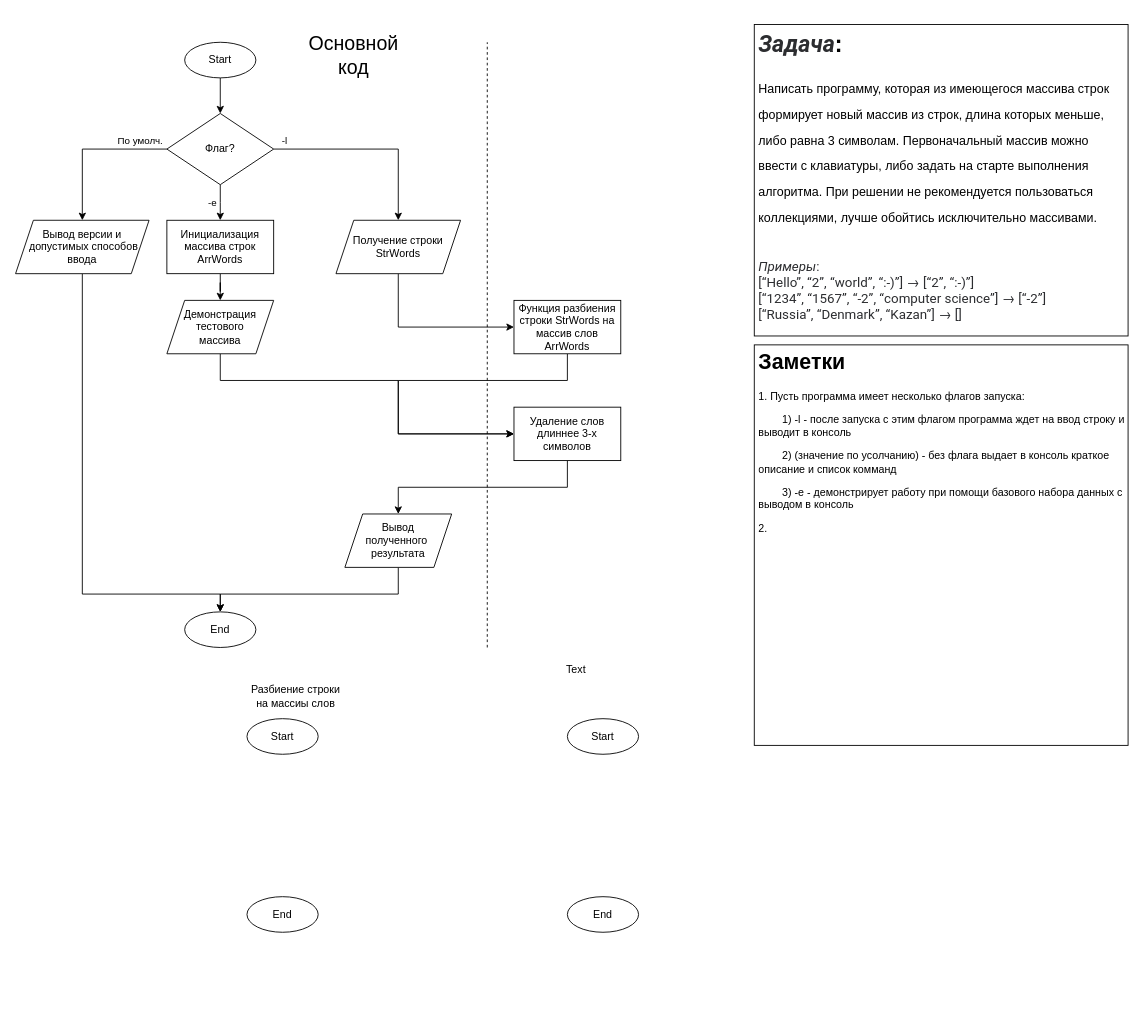
Before: Sifter/DiagProg.drawio in AlNaksha/ArrSifter, a draw.io diagram. Source tidied: cells renumbered, new cells numbered last; positions are measured from the earlier drawing's top-left corner, leaving out a move shared by most shapes. Both pictures are drawn from the tidied source at 89%, with x=0, y=0 at pixel (15, 24).
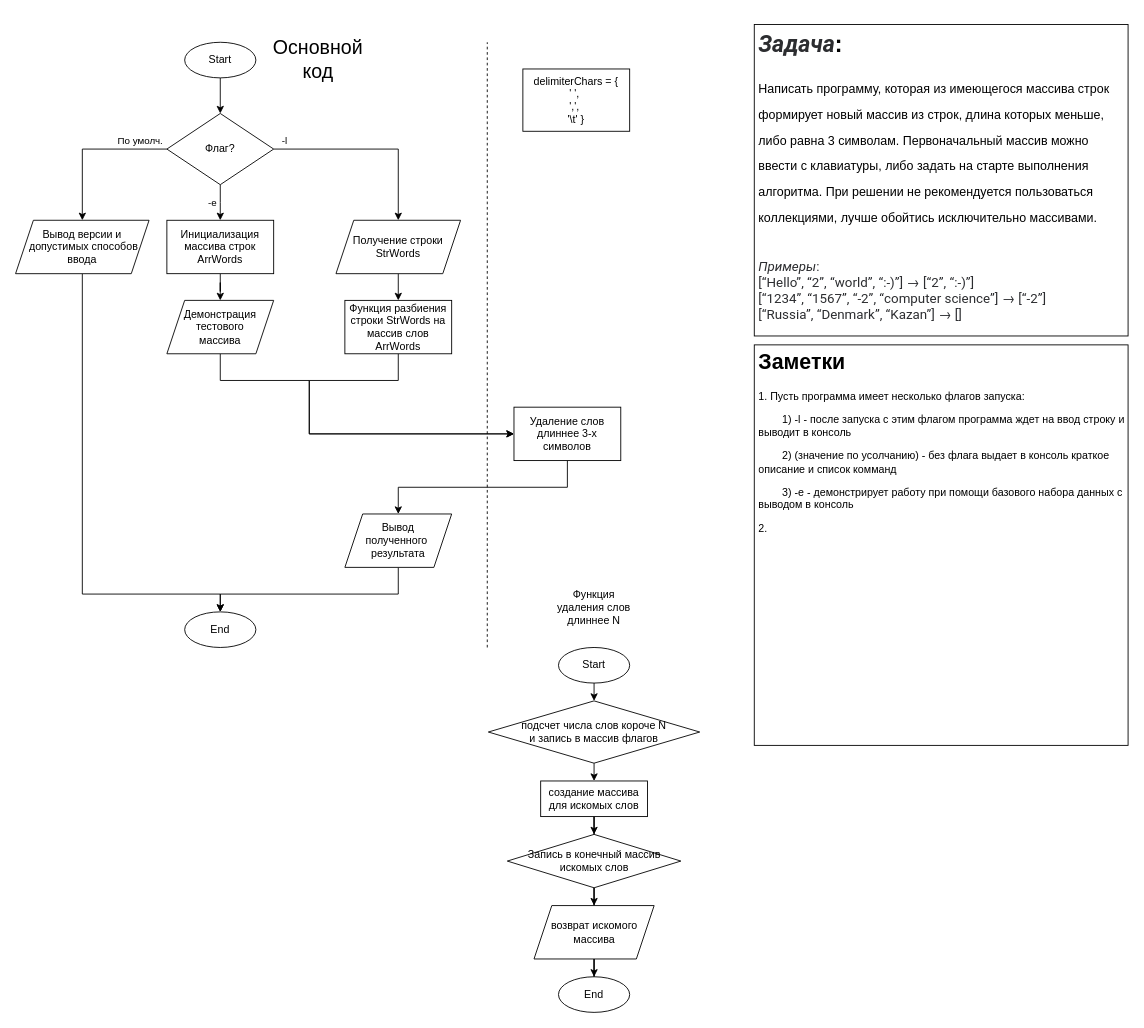
After the change.

Commit message:
Diagramm 0.1.2: update algorithm some functions

The change refers to these unchanged cells:
```xml
<mxCell id="23" value="Удаление слов длиннее 3-х символов" style="rounded=0;whiteSpace=wrap;html=1;" parent="1" vertex="1">
  <mxGeometry x="560" y="430" width="120" height="60" as="geometry" />
</mxCell>
<mxCell id="26" value="Демонстрация тестового&lt;br&gt;массива" style="shape=parallelogram;perimeter=parallelogramPerimeter;whiteSpace=wrap;html=1;fixedSize=1;" parent="1" vertex="1">
  <mxGeometry x="170" y="310" width="120" height="60" as="geometry" />
</mxCell>
```

Change to the diagram source:
```diff
@@
     <mxCell id="20" style="edgeStyle=orthogonalEdgeStyle;rounded=0;jettySize=auto;html=1;" parent="1" edge="1" source="21" target="23">
       <mxGeometry relative="1" as="geometry">
         <Array as="points">
-          <mxPoint x="620" y="400" />
           <mxPoint x="430" y="400" />
-          <mxPoint x="430" y="460" />
+          <mxPoint x="330" y="400" />
+          <mxPoint x="330" y="460" />
         </Array>
       </mxGeometry>
     </mxCell>
     <mxCell id="21" value="Функция разбиения&lt;br&gt;строки StrWords на массив слов ArrWords" style="rounded=0;whiteSpace=wrap;html=1;" parent="1" vertex="1">
-      <mxGeometry x="560" y="310" width="120" height="60" as="geometry" />
+      <mxGeometry x="370" y="310" width="120" height="60" as="geometry" />
     </mxCell>
@@
     <mxCell id="25" style="edgeStyle=orthogonalEdgeStyle;rounded=0;jettySize=auto;html=1;" parent="1" edge="1" source="26" target="23">
       <mxGeometry relative="1" as="geometry">
         <Array as="points">
           <mxPoint x="230" y="400" />
-          <mxPoint x="430" y="400" />
-          <mxPoint x="430" y="460" />
+          <mxPoint x="330" y="400" />
+          <mxPoint x="330" y="460" />
         </Array>
       </mxGeometry>
     </mxCell>
@@
     <mxCell id="29" value="&lt;font style=&quot;font-size: 22px;&quot;&gt;Основной код&lt;/font&gt;" style="text;html=1;strokeColor=none;fillColor=none;align=center;verticalAlign=middle;whiteSpace=wrap;rounded=0;" parent="1" vertex="1">
-      <mxGeometry x="330" width="100" height="70" as="geometry" />
+      <mxGeometry x="290" y="5" width="100" height="70" as="geometry" />
     </mxCell>
-    <mxCell id="30" value="Разбиение строки на массиы слов" style="text;html=1;strokeColor=none;fillColor=none;align=center;verticalAlign=middle;whiteSpace=wrap;rounded=0;" parent="1" vertex="1">
-      <mxGeometry x="260" y="740" width="110" height="30" as="geometry" />
-    </mxCell>
-    <mxCell id="31" value="Start" style="ellipse;whiteSpace=wrap;html=1;" parent="1" vertex="1">
-      <mxGeometry x="260" y="780" width="80" height="40" as="geometry" />
-    </mxCell>
-    <mxCell id="32" value="End" style="ellipse;whiteSpace=wrap;html=1;" parent="1" vertex="1">
-      <mxGeometry x="260" y="980" width="80" height="40" as="geometry" />
-    </mxCell>
+    <mxCell id="36" style="edgeStyle=orthogonalEdgeStyle;rounded=0;jettySize=auto;html=1;" parent="1" edge="1" source="33" target="39">
+      <mxGeometry relative="1" as="geometry" />
+    </mxCell>
     <mxCell id="33" value="Start" style="ellipse;whiteSpace=wrap;html=1;" parent="1" vertex="1">
-      <mxGeometry x="620" y="780" width="80" height="40" as="geometry" />
+      <mxGeometry x="610" y="700" width="80" height="40" as="geometry" />
     </mxCell>
     <mxCell id="34" value="End" style="ellipse;whiteSpace=wrap;html=1;" parent="1" vertex="1">
-      <mxGeometry x="620" y="980" width="80" height="40" as="geometry" />
+      <mxGeometry x="610" y="1070" width="80" height="40" as="geometry" />
     </mxCell>
-    <mxCell id="35" value="Text" style="text;html=1;strokeColor=none;fillColor=none;align=center;verticalAlign=middle;whiteSpace=wrap;rounded=0;" parent="1" vertex="1">
-      <mxGeometry x="600" y="710" width="60" height="30" as="geometry" />
+    <mxCell id="35" value="Функция удаления слов длиннее N" style="text;html=1;strokeColor=none;fillColor=none;align=center;verticalAlign=middle;whiteSpace=wrap;rounded=0;" parent="1" vertex="1">
+      <mxGeometry x="600" y="630" width="100" height="50" as="geometry" />
     </mxCell>
+    <mxCell id="37" value="delimiterChars = {&lt;br&gt;' ',&amp;nbsp;&lt;br&gt;',',&amp;nbsp;&lt;br&gt;'\t' }" style="rounded=0;whiteSpace=wrap;html=1;" parent="1" vertex="1">
+      <mxGeometry x="570" y="50" width="120" height="70" as="geometry" />
+    </mxCell>
+    <mxCell id="38" style="edgeStyle=orthogonalEdgeStyle;rounded=0;jettySize=auto;html=1;" parent="1" edge="1" source="39" target="41">
+      <mxGeometry relative="1" as="geometry" />
+    </mxCell>
+    <mxCell id="39" value="подсчет числа слов короче N&lt;br&gt;и запись в массив флагов" style="rhombus;whiteSpace=wrap;html=1;" parent="1" vertex="1">
+      <mxGeometry x="531.2" y="760" width="237.5" height="70" as="geometry" />
+    </mxCell>
+    <mxCell id="40" style="edgeStyle=orthogonalEdgeStyle;rounded=0;jettySize=auto;html=1;" parent="1" edge="1" source="41" target="43">
+      <mxGeometry relative="1" as="geometry" />
+    </mxCell>
+    <mxCell id="41" value="создание массива для искомых слов" style="rounded=0;whiteSpace=wrap;html=1;" parent="1" vertex="1">
+      <mxGeometry x="590" y="850" width="120" height="40" as="geometry" />
+    </mxCell>
+    <mxCell id="42" style="edgeStyle=orthogonalEdgeStyle;rounded=0;jettySize=auto;html=1;" parent="1" edge="1" source="43" target="45">
+      <mxGeometry relative="1" as="geometry" />
+    </mxCell>
+    <mxCell id="43" value="Запись в конечный массив искомых слов" style="rhombus;whiteSpace=wrap;html=1;" parent="1" vertex="1">
+      <mxGeometry x="552.5" y="910" width="195" height="60" as="geometry" />
+    </mxCell>
+    <mxCell id="44" style="edgeStyle=orthogonalEdgeStyle;rounded=0;jettySize=auto;html=1;" parent="1" edge="1" source="45" target="34">
+      <mxGeometry relative="1" as="geometry" />
+    </mxCell>
+    <mxCell id="45" value="возврат искомого массива" style="shape=parallelogram;perimeter=parallelogramPerimeter;whiteSpace=wrap;html=1;fixedSize=1;" parent="1" vertex="1">
+      <mxGeometry x="582.5" y="990" width="135" height="60" as="geometry" />
+    </mxCell>
```
